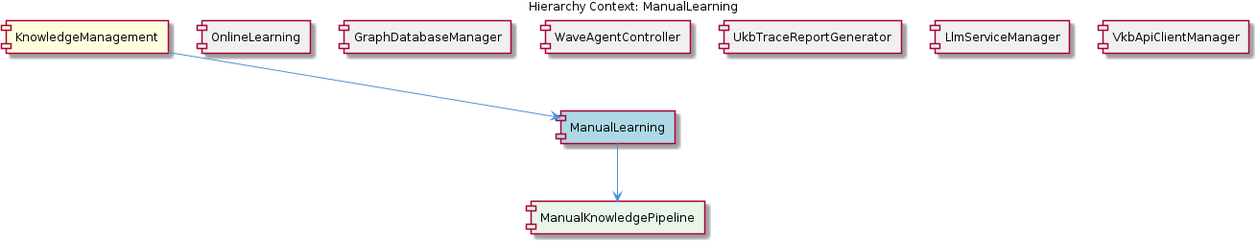
fwornle/coding keeps this PlantUML diagram as .data/knowledge-graph/insights/images/manual-learning-relationship.png. Above is the earlier version. Its source is kept beside it as .data/knowledge-graph/insights/puml/manual-learning-relationship.puml.
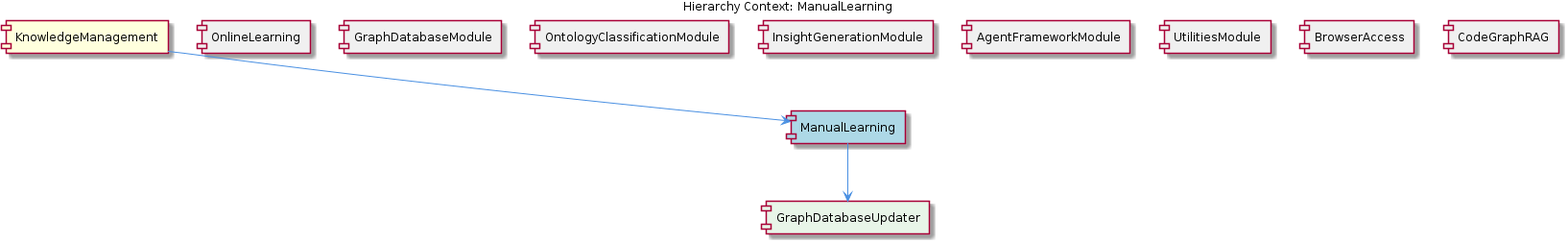
The same file after the commit.

What changed in the source:
```diff
@@ -6,20 +6,24 @@
 [KnowledgeManagement] as knowledge_management #FFFFDD
 [ManualLearning] as manual_learning #LightBlue
 [OnlineLearning] as online_learning #F0F0F0
-[GraphDatabaseManager] as graph_database_manager #F0F0F0
-[WaveAgentController] as wave_agent_controller #F0F0F0
-[UkbTraceReportGenerator] as ukb_trace_report_generator #F0F0F0
-[LlmServiceManager] as llm_service_manager #F0F0F0
-[VkbApiClientManager] as vkb_api_client_manager #F0F0F0
-[ManualKnowledgePipeline] as manual_knowledge_pipeline #E8F5E8
+[GraphDatabaseModule] as graph_database_module #F0F0F0
+[OntologyClassificationModule] as ontology_classification_module #F0F0F0
+[InsightGenerationModule] as insight_generation_module #F0F0F0
+[AgentFrameworkModule] as agent_framework_module #F0F0F0
+[UtilitiesModule] as utilities_module #F0F0F0
+[BrowserAccess] as browser_access #F0F0F0
+[CodeGraphRAG] as code_graph_rag #F0F0F0
+[GraphDatabaseUpdater] as graph_database_updater #E8F5E8
 
 knowledge_management --> manual_learning
 online_learning -[hidden]- manual_learning
-graph_database_manager -[hidden]- manual_learning
-wave_agent_controller -[hidden]- manual_learning
-ukb_trace_report_generator -[hidden]- manual_learning
-llm_service_manager -[hidden]- manual_learning
-vkb_api_client_manager -[hidden]- manual_learning
-manual_learning --> manual_knowledge_pipeline
+graph_database_module -[hidden]- manual_learning
+ontology_classification_module -[hidden]- manual_learning
+insight_generation_module -[hidden]- manual_learning
+agent_framework_module -[hidden]- manual_learning
+utilities_module -[hidden]- manual_learning
+browser_access -[hidden]- manual_learning
+code_graph_rag -[hidden]- manual_learning
+manual_learning --> graph_database_updater
 
 @enduml
```
